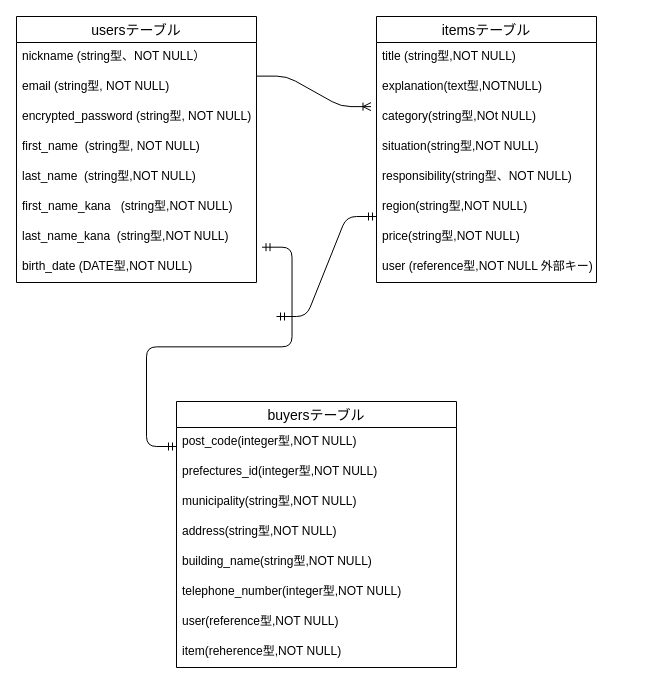
yuta24git/furima-39586-2 keeps this draw.io diagram as furima.dio. Above is the earlier version. Source tidied: cells renumbered, new cells numbered last; positions are measured from the earlier drawing's top-left corner, leaving out a move shared by most shapes. Both pictures are drawn from the tidied source at 100%, with x=0, y=0 at pixel (16, 16).
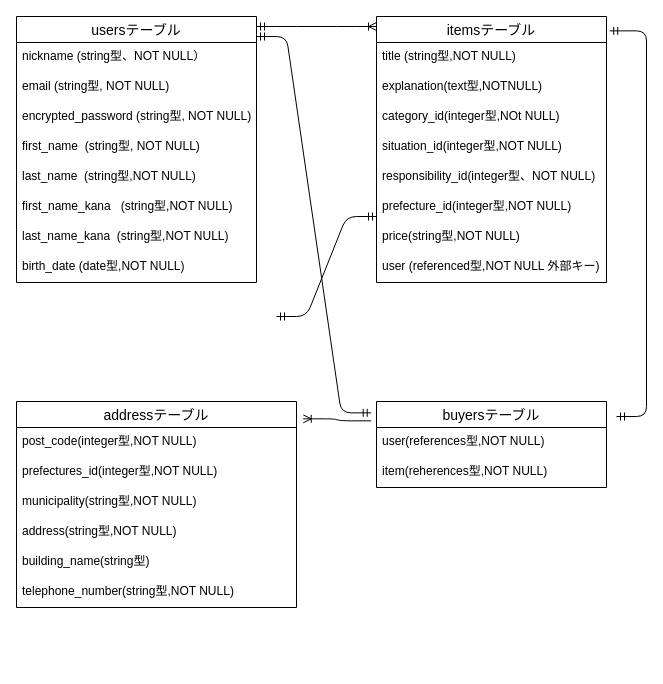
Above is the later version.

Commit message (it also covers changes not shown here):
データベース設計の修正

The change refers to these unchanged cells:
```xml
<mxCell id="2" value="usersテーブル" style="swimlane;fontStyle=0;horizontal=1;startSize=26;align=center;fontSize=14;" parent="1" vertex="1">
  <mxGeometry width="240" height="266" as="geometry" />
</mxCell>
<mxCell id="4" value="email (string型, NOT NULL)" style="text;strokeColor=none;fillColor=none;spacingLeft=4;spacingRight=4;overflow=hidden;points=[[0,0.5],[1,0.5]];portConstraint=eastwest;fontSize=12;" parent="2" vertex="1">
  <mxGeometry y="56" width="240" height="30" as="geometry" />
</mxCell>
<mxCell id="21" value="post_code(integer型,NOT NULL)" style="text;strokeColor=none;fillColor=none;spacingLeft=4;spacingRight=4;overflow=hidden;points=[[0,0.5],[1,0.5]];portConstraint=eastwest;fontSize=12;" parent="20" vertex="1">
  <mxGeometry y="26" width="280" height="30" as="geometry" />
</mxCell>
```

What changed in the source:
```diff
@@
-    <mxCell id="10" value="birth_date (DATE型,NOT NULL)" style="text;strokeColor=none;fillColor=none;spacingLeft=4;spacingRight=4;overflow=hidden;points=[[0,0.5],[1,0.5]];portConstraint=eastwest;fontSize=12;" parent="2" vertex="1">
+    <mxCell id="10" value="birth_date (date型,NOT NULL)" style="text;strokeColor=none;fillColor=none;spacingLeft=4;spacingRight=4;overflow=hidden;points=[[0,0.5],[1,0.5]];portConstraint=eastwest;fontSize=12;" parent="2" vertex="1">
       <mxGeometry y="236" width="240" height="30" as="geometry" />
     </mxCell>
     <mxCell id="11" value="itemsテーブル" style="swimlane;fontStyle=0;horizontal=1;startSize=26;align=center;fontSize=14;" parent="1" vertex="1">
-      <mxGeometry x="360" width="220" height="266" as="geometry" />
+      <mxGeometry x="360" width="230" height="266" as="geometry" />
     </mxCell>
     <mxCell id="12" value="title (string型,NOT NULL)" style="text;strokeColor=none;fillColor=none;spacingLeft=4;spacingRight=4;overflow=hidden;fontSize=12;" parent="11" vertex="1">
-      <mxGeometry y="26" width="220" height="30" as="geometry" />
+      <mxGeometry y="26" width="230" height="30" as="geometry" />
     </mxCell>
     <mxCell id="13" value="explanation(text型,NOTNULL)" style="text;strokeColor=none;fillColor=none;spacingLeft=4;spacingRight=4;overflow=hidden;fontSize=12;" parent="11" vertex="1">
-      <mxGeometry y="56" width="220" height="30" as="geometry" />
+      <mxGeometry y="56" width="230" height="30" as="geometry" />
     </mxCell>
-    <mxCell id="14" value="category(string型,NOt NULL)" style="text;strokeColor=none;fillColor=none;spacingLeft=4;spacingRight=4;overflow=hidden;points=[[0,0.5],[1,0.5]];portConstraint=eastwest;fontSize=12;" parent="11" vertex="1">
-      <mxGeometry y="86" width="220" height="30" as="geometry" />
+    <mxCell id="14" value="category_id(integer型,NOt NULL)" style="text;strokeColor=none;fillColor=none;spacingLeft=4;spacingRight=4;overflow=hidden;points=[[0,0.5],[1,0.5]];portConstraint=eastwest;fontSize=12;" parent="11" vertex="1">
+      <mxGeometry y="86" width="230" height="30" as="geometry" />
     </mxCell>
-    <mxCell id="15" value="situation(string型,NOT NULL)" style="text;strokeColor=none;fillColor=none;spacingLeft=4;spacingRight=4;overflow=hidden;fontSize=12;" parent="11" vertex="1">
-      <mxGeometry y="116" width="220" height="30" as="geometry" />
+    <mxCell id="15" value="situation_id(integer型,NOT NULL)" style="text;strokeColor=none;fillColor=none;spacingLeft=4;spacingRight=4;overflow=hidden;fontSize=12;" parent="11" vertex="1">
+      <mxGeometry y="116" width="230" height="30" as="geometry" />
     </mxCell>
-    <mxCell id="16" value="responsibility(string型、NOT NULL)" style="text;strokeColor=none;fillColor=none;spacingLeft=4;spacingRight=4;overflow=hidden;fontSize=12;" parent="11" vertex="1">
-      <mxGeometry y="146" width="220" height="30" as="geometry" />
+    <mxCell id="16" value="responsibility_id(integer型、NOT NULL)" style="text;strokeColor=none;fillColor=none;spacingLeft=4;spacingRight=4;overflow=hidden;fontSize=12;" parent="11" vertex="1">
+      <mxGeometry y="146" width="230" height="30" as="geometry" />
     </mxCell>
-    <mxCell id="17" value="region(string型,NOT NULL)" style="text;strokeColor=none;fillColor=none;spacingLeft=4;spacingRight=4;overflow=hidden;fontSize=12;" parent="11" vertex="1">
-      <mxGeometry y="176" width="220" height="30" as="geometry" />
+    <mxCell id="17" value="prefecture_id(integer型,NOT NULL)" style="text;strokeColor=none;fillColor=none;spacingLeft=4;spacingRight=4;overflow=hidden;fontSize=12;" parent="11" vertex="1">
+      <mxGeometry y="176" width="230" height="30" as="geometry" />
     </mxCell>
     <mxCell id="18" value="price(string型,NOT NULL)" style="text;strokeColor=none;fillColor=none;spacingLeft=4;spacingRight=4;overflow=hidden;fontSize=12;" parent="11" vertex="1">
-      <mxGeometry y="206" width="220" height="30" as="geometry" />
+      <mxGeometry y="206" width="230" height="30" as="geometry" />
     </mxCell>
-    <mxCell id="19" value="user (reference型,NOT NULL 外部キー)" style="text;strokeColor=none;fillColor=none;spacingLeft=4;spacingRight=4;overflow=hidden;fontSize=12;" parent="11" vertex="1">
-      <mxGeometry y="236" width="220" height="30" as="geometry" />
+    <mxCell id="19" value="user (referenced型,NOT NULL 外部キー)" style="text;strokeColor=none;fillColor=none;spacingLeft=4;spacingRight=4;overflow=hidden;fontSize=12;" parent="11" vertex="1">
+      <mxGeometry y="236" width="230" height="30" as="geometry" />
     </mxCell>
-    <mxCell id="20" value="buyersテーブル" style="swimlane;fontStyle=0;horizontal=1;startSize=26;align=center;fontSize=14;" parent="1" vertex="1">
-      <mxGeometry x="160" y="385" width="280" height="266" as="geometry" />
+    <mxCell id="20" value="addressテーブル" style="swimlane;fontStyle=0;horizontal=1;startSize=26;align=center;fontSize=14;" parent="1" vertex="1">
+      <mxGeometry y="385" width="280" height="206" as="geometry" />
     </mxCell>
@@
-    <mxCell id="25" value="building_name(string型,NOT NULL)" style="text;strokeColor=none;fillColor=none;spacingLeft=4;spacingRight=4;overflow=hidden;fontSize=12;" parent="20" vertex="1">
+    <mxCell id="25" value="building_name(string型)" style="text;strokeColor=none;fillColor=none;spacingLeft=4;spacingRight=4;overflow=hidden;fontSize=12;" parent="20" vertex="1">
       <mxGeometry y="146" width="280" height="30" as="geometry" />
     </mxCell>
-    <mxCell id="26" value="telephone_number(integer型,NOT NULL)" style="text;strokeColor=none;fillColor=none;spacingLeft=4;spacingRight=4;overflow=hidden;fontSize=12;" parent="20" vertex="1">
+    <mxCell id="26" value="telephone_number(string型,NOT NULL)" style="text;strokeColor=none;fillColor=none;spacingLeft=4;spacingRight=4;overflow=hidden;fontSize=12;" parent="20" vertex="1">
       <mxGeometry y="176" width="280" height="30" as="geometry" />
     </mxCell>
+    <mxCell id="30" style="edgeStyle=entityRelationEdgeStyle;fontSize=12;html=1;endArrow=ERmandOne;startArrow=ERmandOne;entryX=-0.023;entryY=0.132;entryDx=0;entryDy=0;entryPerimeter=0;" parent="1" edge="1" target="32">
+      <mxGeometry relative="1" as="geometry">
+        <mxPoint x="240" y="20" as="sourcePoint" />
+      </mxGeometry>
+    </mxCell>
+    <mxCell id="31" style="edgeStyle=entityRelationEdgeStyle;fontSize=12;html=1;endArrow=ERmandOne;startArrow=ERmandOne;exitX=1.015;exitY=0.196;exitDx=0;exitDy=0;exitPerimeter=0;" parent="1" edge="1">
+      <mxGeometry relative="1" as="geometry">
+        <mxPoint x="260" y="300" as="sourcePoint" />
+        <mxPoint x="360" y="200" as="targetPoint" />
+      </mxGeometry>
+    </mxCell>
+    <mxCell id="32" value="buyersテーブル" style="swimlane;fontStyle=0;horizontal=1;startSize=26;align=center;fontSize=14;" parent="1" vertex="1">
+      <mxGeometry x="360" y="385" width="230" height="86" as="geometry" />
+    </mxCell>
-    <mxCell id="27" value="user(reference型,NOT NULL)" style="text;strokeColor=none;fillColor=none;spacingLeft=4;spacingRight=4;overflow=hidden;points=[[0,0.5],[1,0.5]];portConstraint=eastwest;fontSize=12;" parent="20" vertex="1">
-      <mxGeometry y="206" width="280" height="30" as="geometry" />
+    <mxCell id="27" value="user(references型,NOT NULL)" style="text;strokeColor=none;fillColor=none;spacingLeft=4;spacingRight=4;overflow=hidden;points=[[0,0.5],[1,0.5]];portConstraint=eastwest;fontSize=12;" parent="32" vertex="1">
+      <mxGeometry y="26" width="230" height="30" as="geometry" />
     </mxCell>
-    <mxCell id="28" value="item(reherence型,NOT NULL)" style="text;strokeColor=none;fillColor=none;spacingLeft=4;spacingRight=4;overflow=hidden;fontSize=12;" parent="20" vertex="1">
-      <mxGeometry y="236" width="280" height="30" as="geometry" />
+    <mxCell id="28" value="item(reherences型,NOT NULL)" style="text;strokeColor=none;fillColor=none;spacingLeft=4;spacingRight=4;overflow=hidden;fontSize=12;" parent="32" vertex="1">
+      <mxGeometry y="56" width="230" height="30" as="geometry" />
     </mxCell>
-    <mxCell id="29" style="edgeStyle=entityRelationEdgeStyle;fontSize=12;html=1;endArrow=ERoneToMany;entryX=-0.025;entryY=0.137;entryDx=0;entryDy=0;entryPerimeter=0;exitX=1;exitY=0.121;exitDx=0;exitDy=0;exitPerimeter=0;" parent="1" edge="1" source="4" target="14">
-      <mxGeometry relative="1" as="geometry" />
-    </mxCell>
-    <mxCell id="30" style="edgeStyle=entityRelationEdgeStyle;fontSize=12;html=1;endArrow=ERmandOne;startArrow=ERmandOne;exitX=1.023;exitY=-0.177;exitDx=0;exitDy=0;exitPerimeter=0;" parent="1" edge="1" source="10">
-      <mxGeometry relative="1" as="geometry">
-        <mxPoint x="160" y="430" as="targetPoint" />
-      </mxGeometry>
-    </mxCell>
-    <mxCell id="31" style="edgeStyle=entityRelationEdgeStyle;fontSize=12;html=1;endArrow=ERmandOne;startArrow=ERmandOne;exitX=1.015;exitY=0.196;exitDx=0;exitDy=0;exitPerimeter=0;" parent="1" edge="1">
-      <mxGeometry relative="1" as="geometry">
-        <mxPoint x="260" y="300" as="sourcePoint" />
-        <mxPoint x="360" y="200" as="targetPoint" />
-      </mxGeometry>
-    </mxCell>
+    <mxCell id="33" style="edgeStyle=entityRelationEdgeStyle;fontSize=12;html=1;endArrow=ERoneToMany;startArrow=ERmandOne;" parent="1" edge="1">
+      <mxGeometry relative="1" as="geometry">
+        <mxPoint x="240" y="10" as="sourcePoint" />
+        <mxPoint x="360" y="10" as="targetPoint" />
+      </mxGeometry>
+    </mxCell>
+    <mxCell id="34" style="edgeStyle=entityRelationEdgeStyle;fontSize=12;html=1;endArrow=ERmandOne;startArrow=ERmandOne;entryX=1.014;entryY=0.054;entryDx=0;entryDy=0;entryPerimeter=0;" parent="1" edge="1" target="11">
+      <mxGeometry relative="1" as="geometry">
+        <mxPoint x="600" y="400" as="sourcePoint" />
+      </mxGeometry>
+    </mxCell>
+    <mxCell id="35" style="edgeStyle=entityRelationEdgeStyle;fontSize=12;html=1;endArrow=ERoneToMany;entryX=1.024;entryY=-0.289;entryDx=0;entryDy=0;entryPerimeter=0;exitX=-0.023;exitY=-0.222;exitDx=0;exitDy=0;exitPerimeter=0;" parent="1" edge="1" source="27" target="21">
+      <mxGeometry relative="1" as="geometry" />
+    </mxCell>
```
